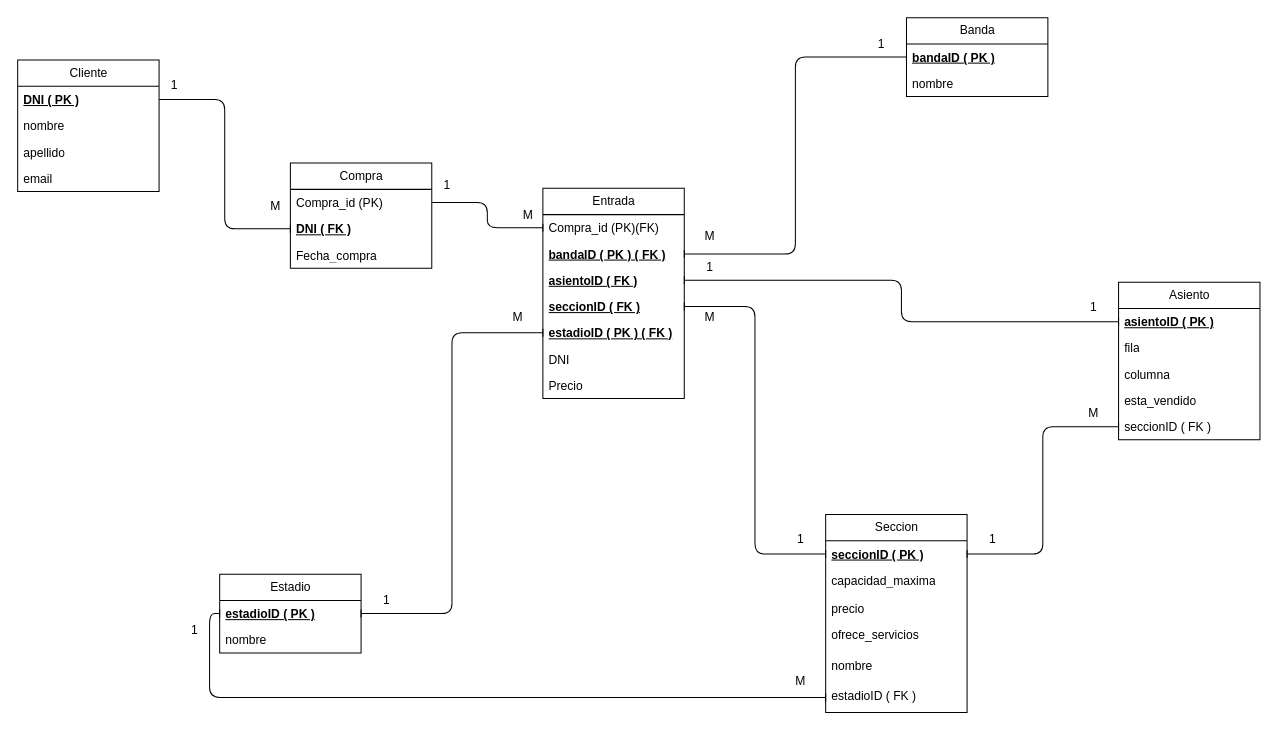
This is diagrama.drawio from Oriana10/sql-project, a draw.io file, before an edit. Source tidied: cells renumbered, new cells numbered last; positions are measured from the earlier drawing's top-left corner, leaving out a move shared by most shapes. Both pictures are drawn from the tidied source at 101%, with x=0, y=0 at pixel (17, 17).
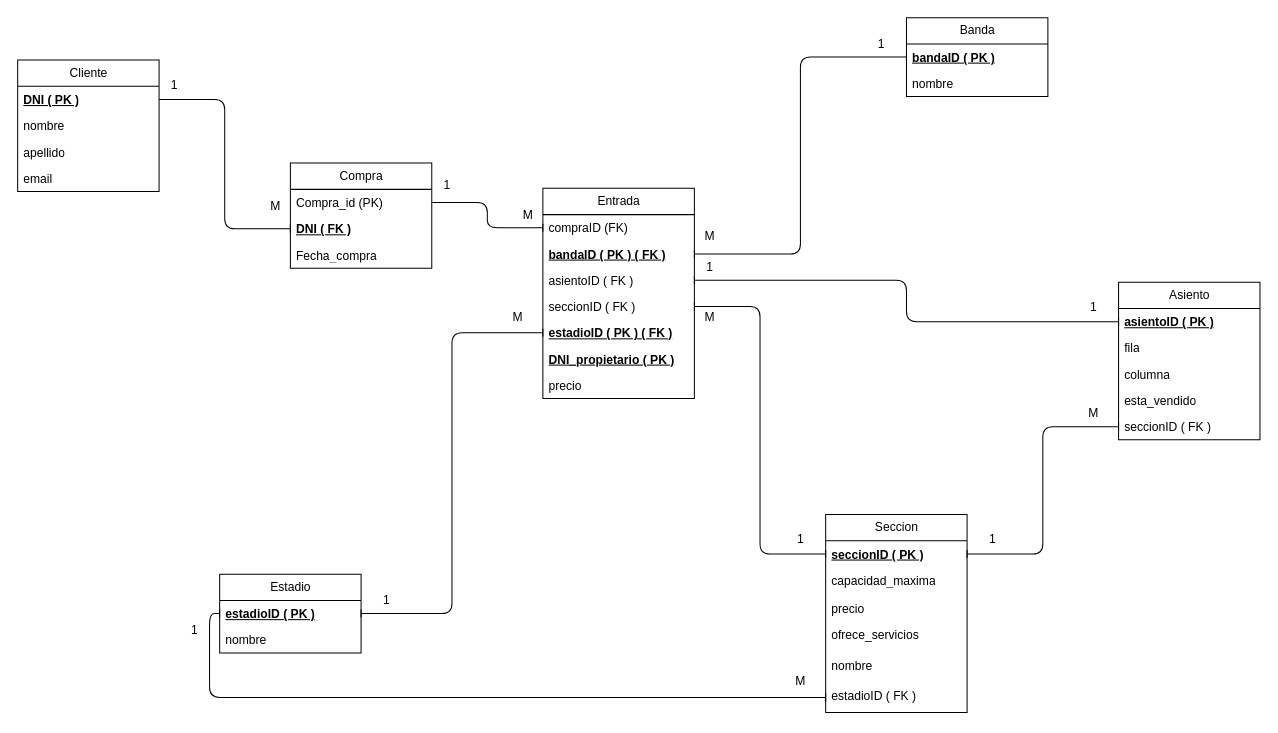
The same page after the edit.

What changed in the source:
```diff
@@
     <mxCell id="7" value="Entrada" style="swimlane;fontStyle=0;horizontal=1;startSize=26;fillColor=none;html=1;" parent="1" vertex="1">
-      <mxGeometry x="520" y="169" width="140" height="208" as="geometry" />
+      <mxGeometry x="520" y="169" width="150" height="208" as="geometry" />
     </mxCell>
-    <mxCell id="8" value="Compra_id (PK)(FK)" style="text;strokeColor=none;fillColor=none;align=left;verticalAlign=top;spacingLeft=4;spacingRight=4;overflow=hidden;points=[[0,0.5],[1,0.5]];portConstraint=eastwest;whiteSpace=wrap;html=1;" parent="7" vertex="1">
-      <mxGeometry y="26" width="140" height="26" as="geometry" />
+    <mxCell id="8" value="compraID (FK)" style="text;strokeColor=none;fillColor=none;align=left;verticalAlign=top;spacingLeft=4;spacingRight=4;overflow=hidden;points=[[0,0.5],[1,0.5]];portConstraint=eastwest;whiteSpace=wrap;html=1;" parent="7" vertex="1">
+      <mxGeometry y="26" width="150" height="26" as="geometry" />
     </mxCell>
     <mxCell id="9" value="&lt;u&gt;&lt;b&gt;bandaID ( PK ) ( FK )&lt;/b&gt;&lt;/u&gt;" style="text;strokeColor=none;fillColor=none;align=left;verticalAlign=top;spacingLeft=4;spacingRight=4;overflow=hidden;points=[[0,0.5],[1,0.5]];portConstraint=eastwest;whiteSpace=wrap;html=1;" parent="7" vertex="1">
-      <mxGeometry y="52" width="140" height="26" as="geometry" />
+      <mxGeometry y="52" width="150" height="26" as="geometry" />
     </mxCell>
-    <mxCell id="10" value="&lt;b&gt;&lt;u&gt;asientoID ( FK )&lt;/u&gt;&lt;/b&gt;" style="text;strokeColor=none;fillColor=none;align=left;verticalAlign=top;spacingLeft=4;spacingRight=4;overflow=hidden;points=[[0,0.5],[1,0.5]];portConstraint=eastwest;whiteSpace=wrap;html=1;" parent="7" vertex="1">
-      <mxGeometry y="78" width="140" height="26" as="geometry" />
+    <mxCell id="10" value="asientoID ( FK )" style="text;strokeColor=none;fillColor=none;align=left;verticalAlign=top;spacingLeft=4;spacingRight=4;overflow=hidden;points=[[0,0.5],[1,0.5]];portConstraint=eastwest;whiteSpace=wrap;html=1;" parent="7" vertex="1">
+      <mxGeometry y="78" width="150" height="26" as="geometry" />
     </mxCell>
-    <mxCell id="11" value="&lt;b&gt;&lt;u&gt;seccionID ( FK )&lt;/u&gt;&lt;/b&gt;" style="text;strokeColor=none;fillColor=none;align=left;verticalAlign=top;spacingLeft=4;spacingRight=4;overflow=hidden;points=[[0,0.5],[1,0.5]];portConstraint=eastwest;whiteSpace=wrap;html=1;" parent="7" vertex="1">
-      <mxGeometry y="104" width="140" height="26" as="geometry" />
+    <mxCell id="11" value="seccionID ( FK )" style="text;strokeColor=none;fillColor=none;align=left;verticalAlign=top;spacingLeft=4;spacingRight=4;overflow=hidden;points=[[0,0.5],[1,0.5]];portConstraint=eastwest;whiteSpace=wrap;html=1;" parent="7" vertex="1">
+      <mxGeometry y="104" width="150" height="26" as="geometry" />
     </mxCell>
     <mxCell id="12" value="&lt;u&gt;&lt;b&gt;estadioID&amp;nbsp;( PK ) ( FK )&lt;/b&gt;&lt;/u&gt;" style="text;strokeColor=none;fillColor=none;align=left;verticalAlign=top;spacingLeft=4;spacingRight=4;overflow=hidden;points=[[0,0.5],[1,0.5]];portConstraint=eastwest;whiteSpace=wrap;html=1;" parent="7" vertex="1">
-      <mxGeometry y="130" width="140" height="26" as="geometry" />
+      <mxGeometry y="130" width="150" height="26" as="geometry" />
     </mxCell>
-    <mxCell id="13" value="DNI" style="text;strokeColor=none;fillColor=none;align=left;verticalAlign=top;spacingLeft=4;spacingRight=4;overflow=hidden;whiteSpace=wrap;html=1;" parent="7" vertex="1">
-      <mxGeometry y="156" width="140" height="26" as="geometry" />
+    <mxCell id="13" value="&lt;u style=&quot;&quot;&gt;&lt;b&gt;DNI_propietario ( PK )&lt;/b&gt;&lt;/u&gt;" style="text;strokeColor=none;fillColor=none;align=left;verticalAlign=top;spacingLeft=4;spacingRight=4;overflow=hidden;whiteSpace=wrap;html=1;" parent="7" vertex="1">
+      <mxGeometry y="156" width="150" height="26" as="geometry" />
     </mxCell>
-    <mxCell id="14" value="Precio" style="text;strokeColor=none;fillColor=none;align=left;verticalAlign=top;spacingLeft=4;spacingRight=4;overflow=hidden;whiteSpace=wrap;html=1;" parent="7" vertex="1">
-      <mxGeometry y="182" width="140" height="26" as="geometry" />
+    <mxCell id="14" value="precio" style="text;strokeColor=none;fillColor=none;align=left;verticalAlign=top;spacingLeft=4;spacingRight=4;overflow=hidden;whiteSpace=wrap;html=1;" parent="7" vertex="1">
+      <mxGeometry y="182" width="150" height="26" as="geometry" />
     </mxCell>
```
